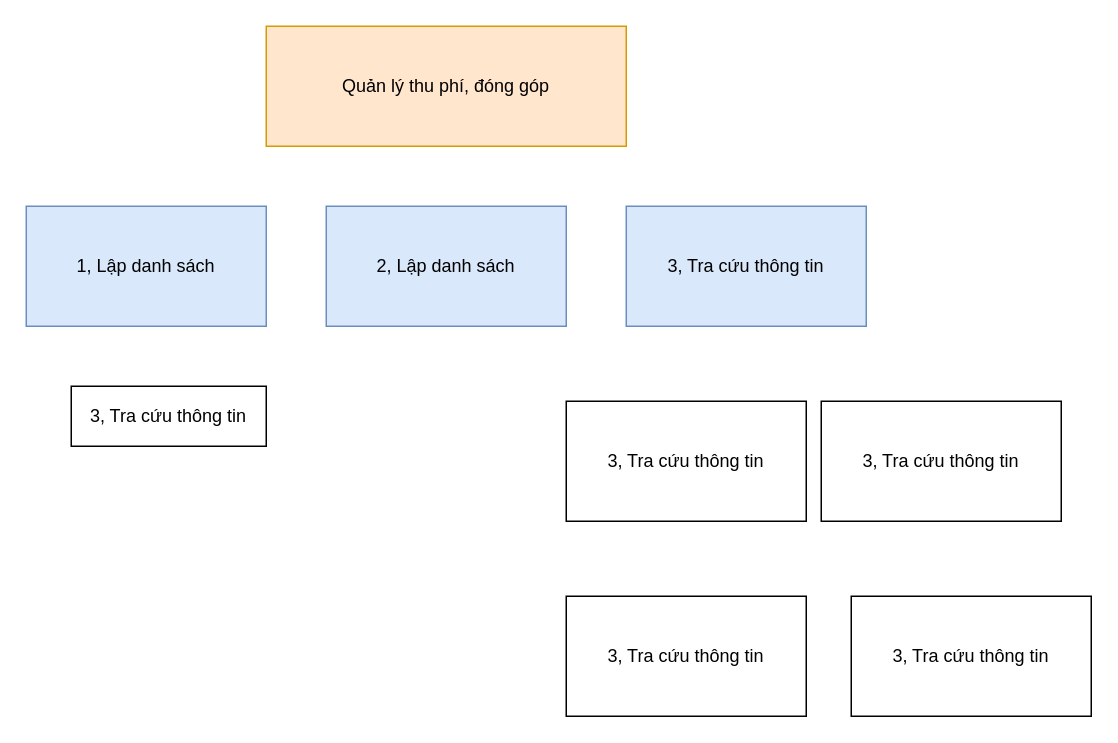
HARKINGS/UML keeps this draw.io diagram as BFD.drawio. Above is the earlier version. Source tidied: cells renumbered, new cells numbered last; positions are measured from the earlier drawing's top-left corner, leaving out a move shared by most shapes. Both pictures are drawn from the tidied source at 150%, with x=0, y=0 at pixel (26, 26).
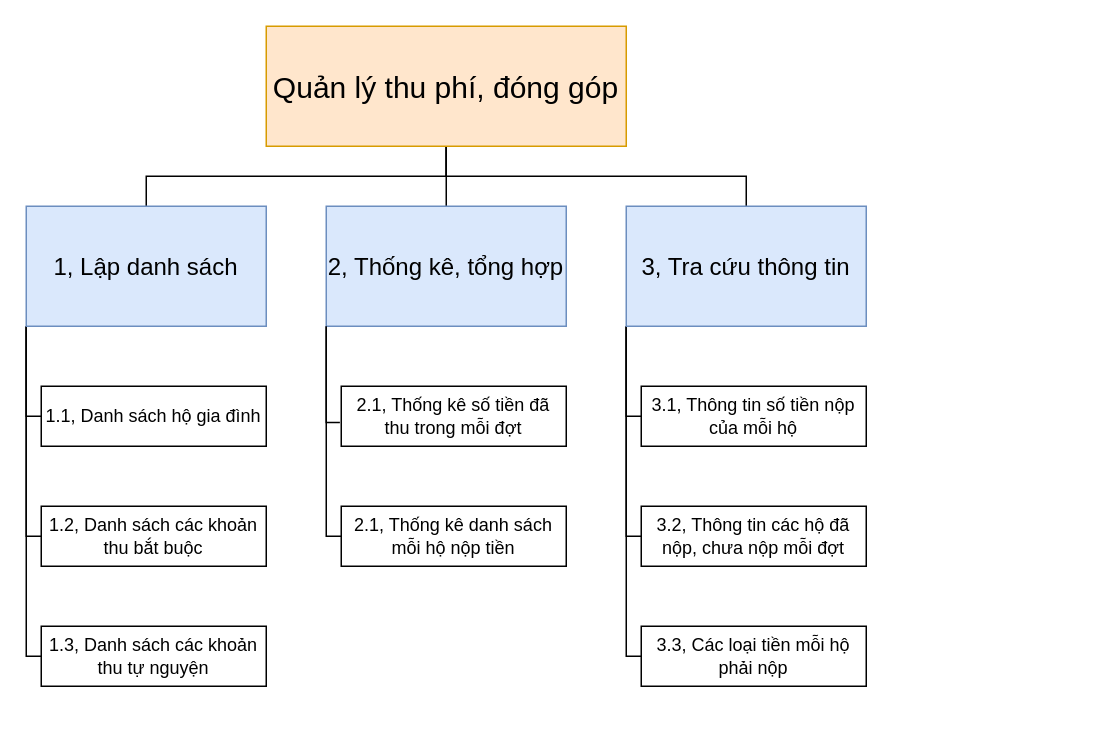
The same diagram, later.

Commit message (it also covers changes not shown here):
Cập nhật BFD.drawio

Change to the diagram source:
```diff
@@
+    <mxCell id="11" style="group;" parent="1" vertex="1">
+      <mxGeometry width="560" height="440" as="geometry" />
+    </mxCell>
+    <mxCell id="12" style="edgeStyle=orthogonalEdgeStyle;rounded=0;jettySize=auto;html=1;exitX=0.5;exitY=1;exitDx=0;exitDy=0;entryX=0.5;entryY=0;entryDx=0;entryDy=0;endArrow=none;endFill=0;" parent="11" edge="1" source="2" target="4">
+      <mxGeometry relative="1" as="geometry" />
+    </mxCell>
+    <mxCell id="13" style="edgeStyle=orthogonalEdgeStyle;rounded=0;jettySize=auto;html=1;exitX=0.5;exitY=1;exitDx=0;exitDy=0;entryX=0.5;entryY=0;entryDx=0;entryDy=0;endArrow=none;endFill=0;" parent="11" edge="1" source="2" target="3">
+      <mxGeometry relative="1" as="geometry" />
+    </mxCell>
+    <mxCell id="14" style="edgeStyle=orthogonalEdgeStyle;rounded=0;jettySize=auto;html=1;exitX=0.5;exitY=1;exitDx=0;exitDy=0;entryX=0.5;entryY=0;entryDx=0;entryDy=0;endArrow=none;endFill=0;" parent="11" edge="1" source="2" target="5">
+      <mxGeometry relative="1" as="geometry" />
+    </mxCell>
-    <mxCell id="2" value="Quản lý thu phí, đóng góp" style="rounded=0;whiteSpace=wrap;html=1;fillColor=#ffe6cc;strokeColor=#d79b00;" parent="1" vertex="1">
+    <mxCell id="2" value="Quản lý thu phí, đóng góp" style="rounded=0;whiteSpace=wrap;html=1;fillColor=#ffe6cc;strokeColor=#d79b00;fontSize=20;" parent="11" vertex="1">
       <mxGeometry x="160" width="240" height="80" as="geometry" />
     </mxCell>
+    <mxCell id="15" style="edgeStyle=orthogonalEdgeStyle;rounded=0;jettySize=auto;html=1;exitX=0;exitY=1;exitDx=0;exitDy=0;entryX=0;entryY=0.5;entryDx=0;entryDy=0;endArrow=none;endFill=0;" parent="11" edge="1" source="3" target="6">
+      <mxGeometry relative="1" as="geometry">
+        <Array as="points">
+          <mxPoint y="260" />
+        </Array>
+      </mxGeometry>
+    </mxCell>
+    <mxCell id="16" style="edgeStyle=orthogonalEdgeStyle;rounded=0;jettySize=auto;html=1;exitX=0;exitY=1;exitDx=0;exitDy=0;entryX=0;entryY=0.5;entryDx=0;entryDy=0;endArrow=none;endFill=0;" parent="11" edge="1" source="3" target="22">
+      <mxGeometry relative="1" as="geometry">
+        <Array as="points">
+          <mxPoint y="340" />
+        </Array>
+      </mxGeometry>
+    </mxCell>
+    <mxCell id="17" style="edgeStyle=orthogonalEdgeStyle;rounded=0;jettySize=auto;html=1;exitX=0;exitY=1;exitDx=0;exitDy=0;entryX=0;entryY=0.5;entryDx=0;entryDy=0;endArrow=none;endFill=0;" parent="11" edge="1" source="3" target="23">
+      <mxGeometry relative="1" as="geometry">
+        <Array as="points">
+          <mxPoint y="420" />
+        </Array>
+      </mxGeometry>
+    </mxCell>
-    <mxCell id="3" value="1, Lập danh sách" style="rounded=0;whiteSpace=wrap;html=1;fillColor=#dae8fc;strokeColor=#6c8ebf;" parent="1" vertex="1">
+    <mxCell id="3" value="1, Lập danh sách" style="rounded=0;whiteSpace=wrap;html=1;fillColor=#dae8fc;strokeColor=#6c8ebf;fontSize=16;" parent="11" vertex="1">
       <mxGeometry y="120" width="160" height="80" as="geometry" />
     </mxCell>
+    <mxCell id="18" style="edgeStyle=orthogonalEdgeStyle;rounded=0;jettySize=auto;html=1;exitX=0;exitY=1;exitDx=0;exitDy=0;entryX=0;entryY=0.5;entryDx=0;entryDy=0;endArrow=none;endFill=0;" parent="11" edge="1" source="4" target="25">
+      <mxGeometry relative="1" as="geometry">
+        <Array as="points">
+          <mxPoint x="200" y="340" />
+        </Array>
+      </mxGeometry>
+    </mxCell>
-    <mxCell id="4" value="2, Lập danh sách" style="rounded=0;whiteSpace=wrap;html=1;fillColor=#dae8fc;strokeColor=#6c8ebf;" parent="1" vertex="1">
+    <mxCell id="4" value="2, Thống kê, tổng hợp" style="rounded=0;whiteSpace=wrap;html=1;fillColor=#dae8fc;strokeColor=#6c8ebf;fontSize=16;" parent="11" vertex="1">
       <mxGeometry x="200" y="120" width="160" height="80" as="geometry" />
     </mxCell>
+    <mxCell id="19" style="edgeStyle=orthogonalEdgeStyle;rounded=0;jettySize=auto;html=1;exitX=0;exitY=1;exitDx=0;exitDy=0;entryX=0;entryY=0.5;entryDx=0;entryDy=0;endArrow=none;endFill=0;" parent="11" edge="1" source="5" target="26">
+      <mxGeometry relative="1" as="geometry">
+        <Array as="points">
+          <mxPoint x="400" y="260" />
+        </Array>
+      </mxGeometry>
+    </mxCell>
+    <mxCell id="20" style="edgeStyle=orthogonalEdgeStyle;rounded=0;jettySize=auto;html=1;exitX=0;exitY=1;exitDx=0;exitDy=0;entryX=0;entryY=0.5;entryDx=0;entryDy=0;endArrow=none;endFill=0;" parent="11" edge="1" source="5" target="27">
+      <mxGeometry relative="1" as="geometry">
+        <Array as="points">
+          <mxPoint x="400" y="340" />
+        </Array>
+      </mxGeometry>
+    </mxCell>
+    <mxCell id="21" style="edgeStyle=orthogonalEdgeStyle;rounded=0;jettySize=auto;html=1;exitX=0;exitY=1;exitDx=0;exitDy=0;entryX=0;entryY=0.5;entryDx=0;entryDy=0;endArrow=none;endFill=0;" parent="11" edge="1" source="5" target="28">
+      <mxGeometry relative="1" as="geometry">
+        <Array as="points">
+          <mxPoint x="400" y="420" />
+        </Array>
+      </mxGeometry>
+    </mxCell>
-    <mxCell id="5" value="3, Tra cứu thông tin" style="rounded=0;whiteSpace=wrap;html=1;fillColor=#dae8fc;strokeColor=#6c8ebf;" parent="1" vertex="1">
+    <mxCell id="5" value="3, Tra cứu thông tin" style="rounded=0;whiteSpace=wrap;html=1;fillColor=#dae8fc;strokeColor=#6c8ebf;fontSize=16;" parent="11" vertex="1">
       <mxGeometry x="400" y="120" width="160" height="80" as="geometry" />
     </mxCell>
-    <mxCell id="6" value="3, Tra cứu thông tin" style="rounded=0;whiteSpace=wrap;html=1;" parent="1" vertex="1">
-      <mxGeometry x="30" y="240" width="130" height="40" as="geometry" />
+    <mxCell id="6" value="1.1, Danh sách hộ gia đình" style="rounded=0;whiteSpace=wrap;html=1;" parent="11" vertex="1">
+      <mxGeometry x="10" y="240" width="150" height="40" as="geometry" />
     </mxCell>
-    <mxCell id="7" value="3, Tra cứu thông tin" style="rounded=0;whiteSpace=wrap;html=1;" parent="1" vertex="1">
-      <mxGeometry x="360" y="250" width="160" height="80" as="geometry" />
-    </mxCell>
-    <mxCell id="8" value="3, Tra cứu thông tin" style="rounded=0;whiteSpace=wrap;html=1;" parent="1" vertex="1">
-      <mxGeometry x="530" y="250" width="160" height="80" as="geometry" />
-    </mxCell>
-    <mxCell id="9" value="3, Tra cứu thông tin" style="rounded=0;whiteSpace=wrap;html=1;" parent="1" vertex="1">
-      <mxGeometry x="550" y="380" width="160" height="80" as="geometry" />
-    </mxCell>
-    <mxCell id="10" value="3, Tra cứu thông tin" style="rounded=0;whiteSpace=wrap;html=1;" parent="1" vertex="1">
-      <mxGeometry x="360" y="380" width="160" height="80" as="geometry" />
-    </mxCell>
+    <mxCell id="22" value="1.2, Danh sách các khoản thu bắt buộc" style="rounded=0;whiteSpace=wrap;html=1;" parent="11" vertex="1">
+      <mxGeometry x="10" y="320" width="150" height="40" as="geometry" />
+    </mxCell>
+    <mxCell id="23" value="1.3, Danh sách các khoản thu tự nguyện" style="rounded=0;whiteSpace=wrap;html=1;" parent="11" vertex="1">
+      <mxGeometry x="10" y="400" width="150" height="40" as="geometry" />
+    </mxCell>
+    <mxCell id="24" value="2.1, Thống kê số tiền đã thu trong mỗi đợt" style="rounded=0;whiteSpace=wrap;html=1;" parent="11" vertex="1">
+      <mxGeometry x="210" y="240" width="150" height="40" as="geometry" />
+    </mxCell>
+    <mxCell id="25" value="2.1, Thống kê danh sách mỗi hộ nộp tiền" style="rounded=0;whiteSpace=wrap;html=1;" parent="11" vertex="1">
+      <mxGeometry x="210" y="320" width="150" height="40" as="geometry" />
+    </mxCell>
+    <mxCell id="26" value="3.1, Thông tin số tiền nộp của mỗi hộ" style="rounded=0;whiteSpace=wrap;html=1;" parent="11" vertex="1">
+      <mxGeometry x="410" y="240" width="150" height="40" as="geometry" />
+    </mxCell>
+    <mxCell id="27" value="3.2, Thông tin các hộ đã nộp, chưa nộp mỗi đợt" style="rounded=0;whiteSpace=wrap;html=1;" parent="11" vertex="1">
+      <mxGeometry x="410" y="320" width="150" height="40" as="geometry" />
+    </mxCell>
+    <mxCell id="28" value="3.3, Các loại tiền mỗi hộ phải nộp" style="rounded=0;whiteSpace=wrap;html=1;" parent="11" vertex="1">
+      <mxGeometry x="410" y="400" width="150" height="40" as="geometry" />
+    </mxCell>
+    <mxCell id="29" style="edgeStyle=orthogonalEdgeStyle;rounded=0;jettySize=auto;html=1;exitX=0;exitY=1;exitDx=0;exitDy=0;entryX=-0.006;entryY=0.606;entryDx=0;entryDy=0;entryPerimeter=0;endArrow=none;endFill=0;" parent="11" edge="1" source="4" target="24">
+      <mxGeometry relative="1" as="geometry">
+        <Array as="points">
+          <mxPoint x="200" y="264" />
+        </Array>
+      </mxGeometry>
+    </mxCell>
```
